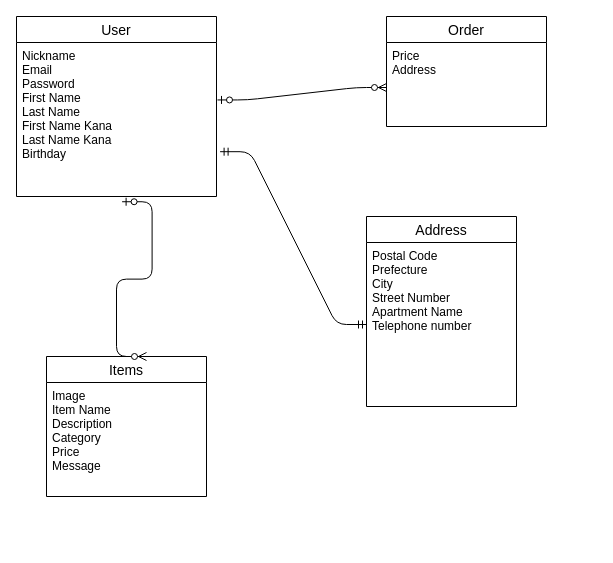
This is test.dio from Kenn1476/furima-39704, a draw.io file, before an edit. Source tidied: cells renumbered, new cells numbered last; positions are measured from the earlier drawing's top-left corner, leaving out a move shared by most shapes. Both pictures are drawn from the tidied source at 100%, with x=0, y=0 at pixel (16, 16).
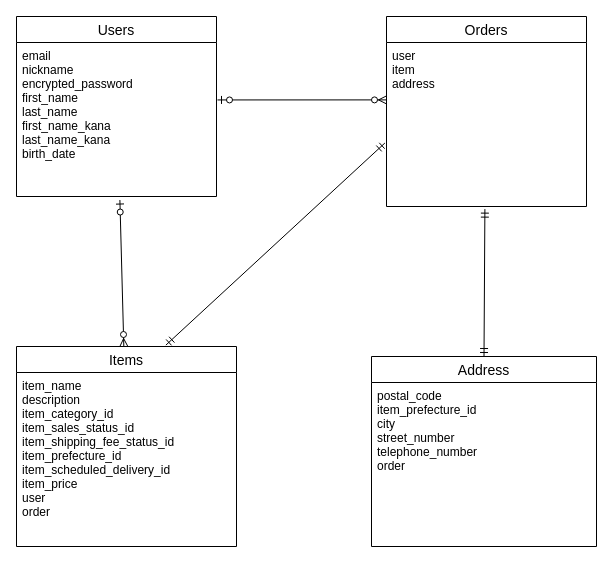
Above is the later version.

The edit, as a diff of the source:
```diff
@@
 <mxGraphModel>
   <root>
     <mxCell id="0" />
     <mxCell id="1" parent="0" />
+    <mxCell id="13" style="fontSize=12;html=1;endArrow=ERzeroToMany;startArrow=ERzeroToOne;exitX=0.517;exitY=1.023;exitDx=0;exitDy=0;shadow=0;exitPerimeter=0;" parent="1" edge="1" source="3" target="6">
+      <mxGeometry relative="1" as="geometry" />
+    </mxCell>
-    <mxCell id="2" value="User" style="swimlane;fontStyle=0;horizontal=1;startSize=26;align=center;fontSize=14;" parent="1" vertex="1">
+    <mxCell id="2" value="Users" style="swimlane;fontStyle=0;horizontal=1;startSize=26;align=center;fontSize=14;" parent="1" vertex="1">
       <mxGeometry width="200" height="180" as="geometry" />
     </mxCell>
-    <mxCell id="3" value="Nickname&#10;Email&#10;Password&#10;First Name&#10;Last Name&#10;First Name Kana&#10;Last Name Kana&#10;Birthday" style="text;strokeColor=none;fillColor=none;spacingLeft=4;spacingRight=4;overflow=hidden;points=[[0,0.5],[1,0.5]];portConstraint=eastwest;fontSize=12;" parent="2" vertex="1">
+    <mxCell id="3" value="email&#10;nickname&#10;encrypted_password&#10;first_name&#10;last_name&#10;first_name_kana&#10;last_name_kana&#10;birth_date" style="text;strokeColor=none;fillColor=none;spacingLeft=4;spacingRight=4;overflow=hidden;points=[[0,0.5],[1,0.5]];portConstraint=eastwest;fontSize=12;" parent="2" vertex="1">
       <mxGeometry y="26" width="200" height="154" as="geometry" />
     </mxCell>
-    <mxCell id="4" value="Order" style="swimlane;fontStyle=0;horizontal=1;startSize=26;align=center;fontSize=14;" parent="1" vertex="1">
-      <mxGeometry x="370" width="160" height="110" as="geometry" />
+    <mxCell id="4" value="Orders" style="swimlane;fontStyle=0;horizontal=1;startSize=26;align=center;fontSize=14;" parent="1" vertex="1">
+      <mxGeometry x="370" width="200" height="190" as="geometry" />
     </mxCell>
-    <mxCell id="5" value="Price&#10;Address" style="text;strokeColor=none;fillColor=none;spacingLeft=4;spacingRight=4;overflow=hidden;points=[[0,0.5],[1,0.5]];portConstraint=eastwest;fontSize=12;" parent="4" vertex="1">
-      <mxGeometry y="26" width="160" height="84" as="geometry" />
+    <mxCell id="5" value="user&#10;item&#10;address" style="text;strokeColor=none;fillColor=none;spacingLeft=4;spacingRight=4;overflow=hidden;points=[[0,0.5],[1,0.5]];portConstraint=eastwest;fontSize=12;" parent="4" vertex="1">
+      <mxGeometry y="26" width="200" height="164" as="geometry" />
     </mxCell>
     <mxCell id="6" value="Items" style="swimlane;fontStyle=0;horizontal=1;startSize=26;align=center;fontSize=14;" parent="1" vertex="1">
-      <mxGeometry x="30" y="340" width="160" height="140" as="geometry" />
+      <mxGeometry y="330" width="220" height="200" as="geometry" />
     </mxCell>
-    <mxCell id="7" style="edgeStyle=entityRelationEdgeStyle;fontSize=12;html=1;endArrow=ERzeroToMany;startArrow=ERzeroToOne;exitX=0.528;exitY=1.034;exitDx=0;exitDy=0;exitPerimeter=0;" parent="6" edge="1" source="3">
-      <mxGeometry relative="1" as="geometry">
-        <mxPoint x="100" as="targetPoint" />
-      </mxGeometry>
-    </mxCell>
-    <mxCell id="8" value="Image&#10;Item Name&#10;Description&#10;Category&#10;Price&#10;Message&#10;" style="text;strokeColor=none;fillColor=none;spacingLeft=4;spacingRight=4;overflow=hidden;fontSize=12;" parent="6" vertex="1">
-      <mxGeometry y="26" width="160" height="114" as="geometry" />
+    <mxCell id="8" value="item_name&#10;description&#10;item_category_id&#10;item_sales_status_id&#10;item_shipping_fee_status_id&#10;item_prefecture_id&#10;item_scheduled_delivery_id&#10;item_price&#10;user&#10;order" style="text;strokeColor=none;fillColor=none;spacingLeft=4;spacingRight=4;overflow=hidden;fontSize=12;" parent="6" vertex="1">
+      <mxGeometry y="26" width="220" height="174" as="geometry" />
     </mxCell>
     <mxCell id="9" value="Address" style="swimlane;fontStyle=0;horizontal=1;startSize=26;align=center;fontSize=14;" parent="1" vertex="1">
-      <mxGeometry x="350" y="200" width="150" height="190" as="geometry" />
+      <mxGeometry x="355" y="340" width="225" height="190" as="geometry" />
     </mxCell>
-    <mxCell id="10" value="Postal Code&#10;Prefecture&#10;City&#10;Street Number&#10;Apartment Name&#10;Telephone number" style="text;strokeColor=none;fillColor=none;spacingLeft=4;spacingRight=4;overflow=hidden;points=[[0,0.5],[1,0.5]];portConstraint=eastwest;fontSize=12;" parent="9" vertex="1">
-      <mxGeometry y="26" width="150" height="164" as="geometry" />
+    <mxCell id="10" value="postal_code&#10;item_prefecture_id&#10;city&#10;street_number&#10;telephone_number&#10;order" style="text;strokeColor=none;fillColor=none;spacingLeft=4;spacingRight=4;overflow=hidden;points=[[0,0.5],[1,0.5]];portConstraint=eastwest;fontSize=12;" parent="9" vertex="1">
+      <mxGeometry y="26" width="225" height="164" as="geometry" />
     </mxCell>
-    <mxCell id="11" style="edgeStyle=entityRelationEdgeStyle;fontSize=12;html=1;endArrow=ERzeroToMany;startArrow=ERzeroToOne;exitX=1.005;exitY=0.373;exitDx=0;exitDy=0;exitPerimeter=0;entryX=0;entryY=0.5;entryDx=0;entryDy=0;jumpSize=13;" parent="1" edge="1" source="3">
-      <mxGeometry relative="1" as="geometry">
-        <mxPoint x="370" y="71" as="targetPoint" />
-      </mxGeometry>
+    <mxCell id="11" style="fontSize=12;html=1;endArrow=ERzeroToMany;startArrow=ERzeroToOne;exitX=1.005;exitY=0.373;exitDx=0;exitDy=0;exitPerimeter=0;entryX=0;entryY=0.35;entryDx=0;entryDy=0;jumpSize=13;entryPerimeter=0;" parent="1" edge="1" source="3" target="5">
+      <mxGeometry relative="1" as="geometry" />
     </mxCell>
-    <mxCell id="12" style="edgeStyle=entityRelationEdgeStyle;fontSize=12;html=1;endArrow=ERmandOne;startArrow=ERmandOne;entryX=1.018;entryY=0.709;entryDx=0;entryDy=0;entryPerimeter=0;" parent="1" edge="1" source="10" target="3">
-      <mxGeometry relative="1" as="geometry" />
-    </mxCell>
+    <mxCell id="14" style="fontSize=12;html=1;endArrow=ERmandOne;startArrow=ERmandOne;shadow=0;exitX=0.679;exitY=-0.007;exitDx=0;exitDy=0;exitPerimeter=0;entryX=-0.008;entryY=0.613;entryDx=0;entryDy=0;entryPerimeter=0;" parent="1" edge="1" source="6" target="5">
+      <mxGeometry relative="1" as="geometry" />
+    </mxCell>
+    <mxCell id="15" style="fontSize=12;html=1;endArrow=ERmandOne;startArrow=ERmandOne;shadow=0;exitX=0.5;exitY=0;exitDx=0;exitDy=0;entryX=0.492;entryY=1.016;entryDx=0;entryDy=0;entryPerimeter=0;" parent="1" edge="1" source="9" target="5">
+      <mxGeometry relative="1" as="geometry" />
+    </mxCell>
   </root>
 </mxGraphModel>
```
